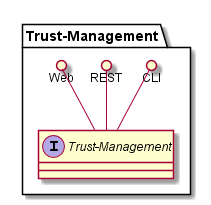
Before: docs/Solution/Trust-Manager/Logical.png, a diagram exported from PlantUML (CAADE/CloudLet).
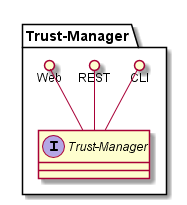
Later version of the same file.

Diff of the diagram source:
```diff
@@ -1,12 +1,12 @@
 @startuml
 
-package "Trust-Management" {
-    interface "Trust-Management" {
+package "Trust-Manager" {
+    interface "Trust-Manager" {
 
     }
-    CLI ()-- "Trust-Management"
-    REST ()-- "Trust-Management"
-    Web ()-- "Trust-Management"
+    CLI ()-- "Trust-Manager"
+    REST ()-- "Trust-Manager"
+    Web ()-- "Trust-Manager"
 
 }
 
```
